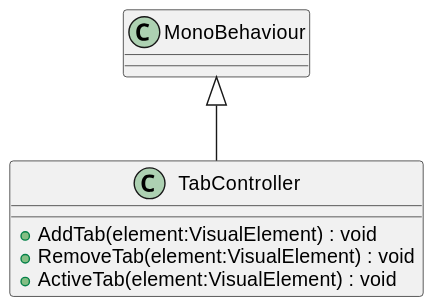
This is UML/UIToolkit/Scripts/TabController.svg from mysteryfungus/DungeonGeneratorUnity, a PlantUML export, as it was before one commit. Source of this version:
```plantuml
@startuml
class TabController {
    + AddTab(element:VisualElement) : void
    + RemoveTab(element:VisualElement) : void
    + ActiveTab(element:VisualElement) : void
}
MonoBehaviour <|-- TabController
@enduml
```
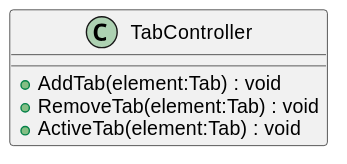
The same file after the commit.

The edit, as a diff of the source:
```diff
@@ -1,8 +1,7 @@
 @startuml
 class TabController {
-    + AddTab(element:VisualElement) : void
-    + RemoveTab(element:VisualElement) : void
-    + ActiveTab(element:VisualElement) : void
+    + AddTab(element:Tab) : void
+    + RemoveTab(element:Tab) : void
+    + ActiveTab(element:Tab) : void
 }
-MonoBehaviour <|-- TabController
 @enduml
```
